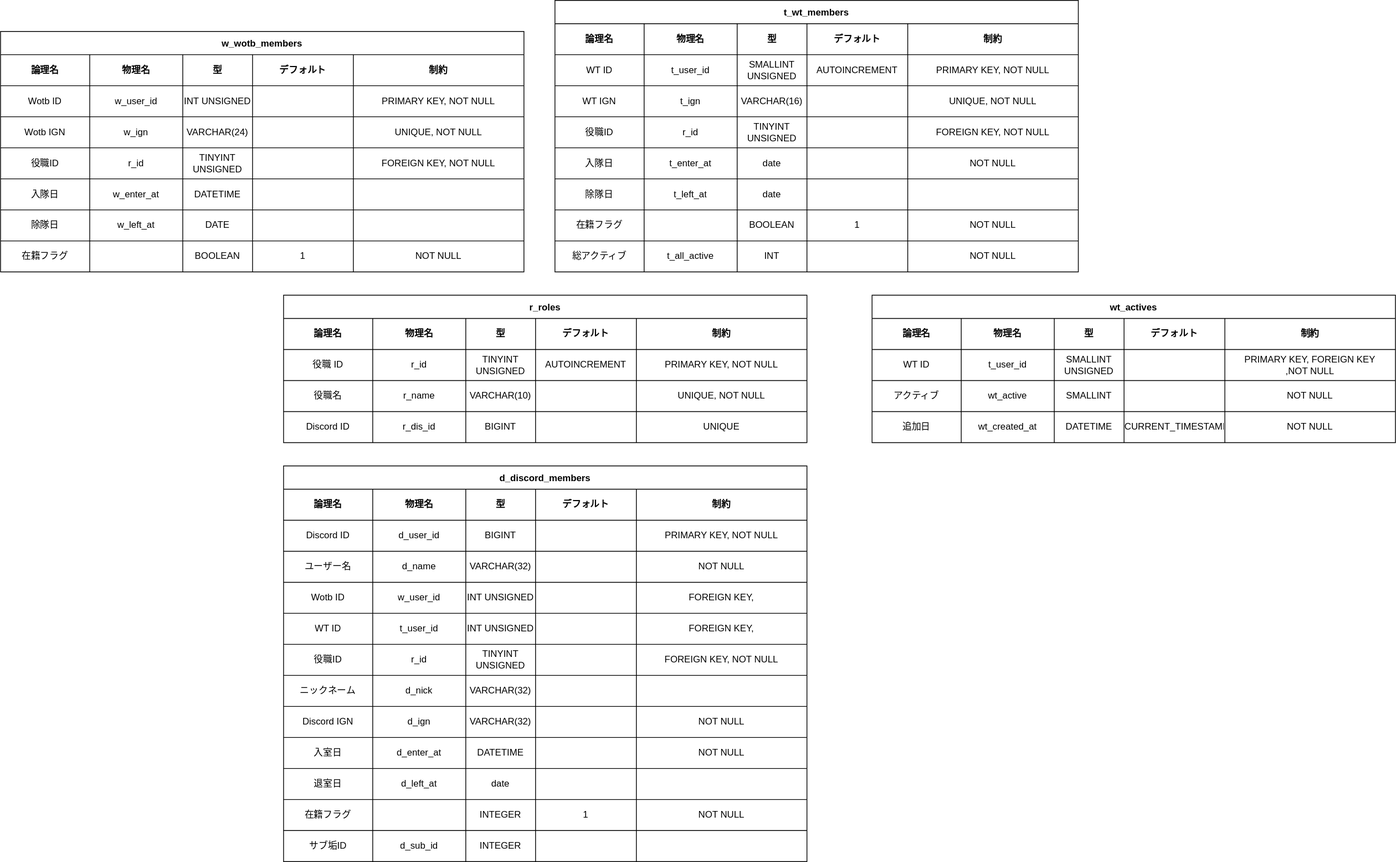
Before: doc/DB-Butsuri.drawio.svg, a diagram exported from draw.io (otazero/ClanManagementDiscordBot). Source tidied: cells renumbered, new cells last; positions are measured from the earlier drawing's top-left corner, leaving out a move shared by most shapes.
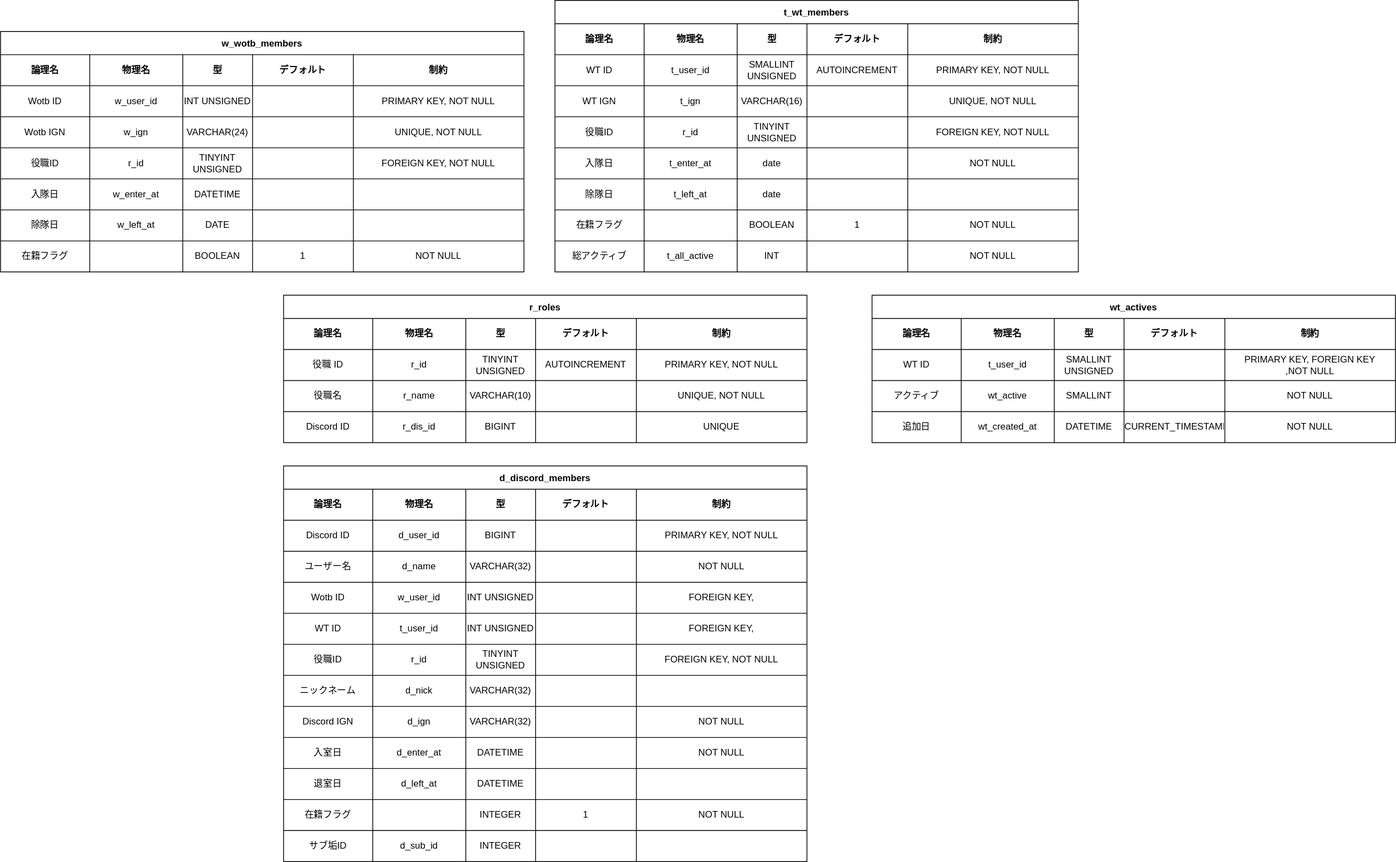
Later version of the same file.

Commit message:
Discord 入退室datetime型に変更

What changed in the source:
```diff
@@ -542,7 +542,7 @@
     <mxCell id="181" value="d_left_at" style="shape=partialRectangle;html=1;whiteSpace=wrap;fillColor=none;top=0;left=0;bottom=0;right=0;overflow=hidden;" parent="179" vertex="1">
       <mxGeometry x="115" width="120" height="40" as="geometry" />
     </mxCell>
-    <mxCell id="182" value="date" style="shape=partialRectangle;html=1;whiteSpace=wrap;fillColor=none;top=0;left=0;bottom=0;right=0;overflow=hidden;" parent="179" vertex="1">
+    <mxCell id="182" value="DATETIME" style="shape=partialRectangle;html=1;whiteSpace=wrap;fillColor=none;top=0;left=0;bottom=0;right=0;overflow=hidden;" parent="179" vertex="1">
       <mxGeometry x="235" width="90" height="40" as="geometry" />
     </mxCell>
     <mxCell id="183" style="shape=partialRectangle;html=1;whiteSpace=wrap;fillColor=none;top=0;left=0;bottom=0;right=0;overflow=hidden;" parent="179" vertex="1">
```
